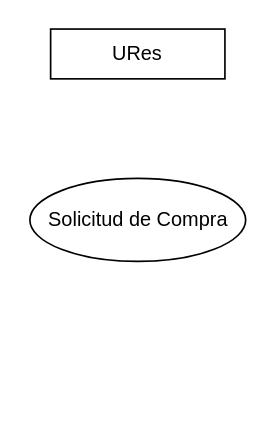
asvsoftUAGro/Diagramas keeps this draw.io diagram as Compras.drawio. Above is the earlier version. Source tidied: cells renumbered, new cells numbered last; positions are measured from the earlier drawing's top-left corner, leaving out a move shared by most shapes. Both pictures are drawn from the tidied source at 166%, with x=0, y=0 at pixel (28, 28).
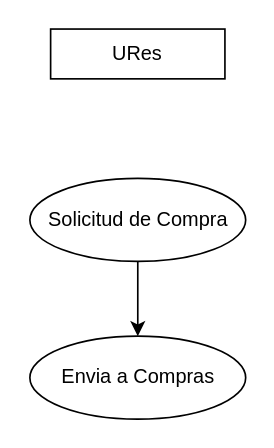
Above is the later version.

The edit, as a diff of the source:
```diff
@@
 <mxGraphModel>
   <root>
     <mxCell id="0" />
     <mxCell id="1" parent="0" />
+    <mxCell id="4" style="edgeStyle=orthogonalEdgeStyle;rounded=0;jettySize=auto;html=1;" parent="1" edge="1" source="2" target="5">
+      <mxGeometry relative="1" as="geometry" />
+    </mxCell>
     <mxCell id="2" value="Solicitud de Compra" style="ellipse;whiteSpace=wrap;html=1;" parent="1" vertex="1">
       <mxGeometry x="0.5" y="90" width="130" height="50" as="geometry" />
     </mxCell>
     <mxCell id="3" value="URes" style="rounded=0;whiteSpace=wrap;html=1;" parent="1" vertex="1">
       <mxGeometry x="13" width="105" height="30" as="geometry" />
     </mxCell>
+    <mxCell id="5" value="Envia a Compras" style="ellipse;whiteSpace=wrap;html=1;" parent="1" vertex="1">
+      <mxGeometry x="0.5" y="185" width="130" height="50" as="geometry" />
+    </mxCell>
   </root>
 </mxGraphModel>
```
